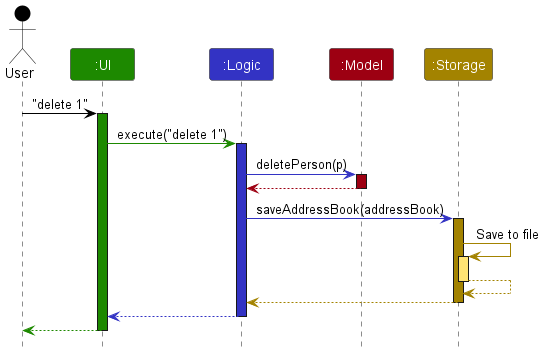
This is docs/images/ArchitectureSequenceDiagram.png from nus-cs2103-AY2324S2/tp, a PlantUML export, as it was before one commit.
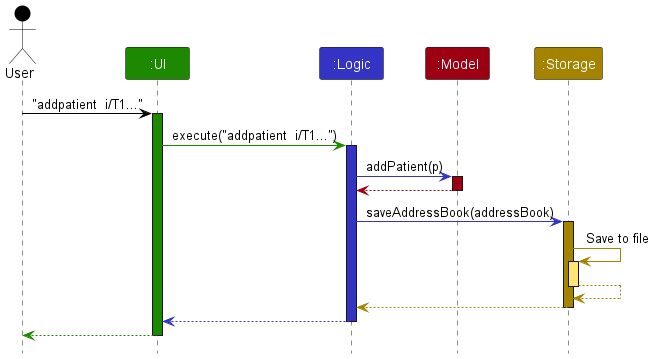
Later version of the same file.

Change to the diagram source:
```diff
@@ -8,13 +8,13 @@
 Participant ":Model" as model MODEL_COLOR
 Participant ":Storage" as storage STORAGE_COLOR
 
-user -[USER_COLOR]> ui : "delete 1"
+user -[USER_COLOR]> ui : "addpatient  i/T1..."
 activate ui UI_COLOR
 
-ui -[UI_COLOR]> logic : execute("delete 1")
+ui -[UI_COLOR]> logic : execute("addpatient  i/T1...")
 activate logic LOGIC_COLOR
 
-logic -[LOGIC_COLOR]> model : deletePerson(p)
+logic -[LOGIC_COLOR]> model : addPatient(p)
 activate model MODEL_COLOR
 
 model -[MODEL_COLOR]-> logic
```
